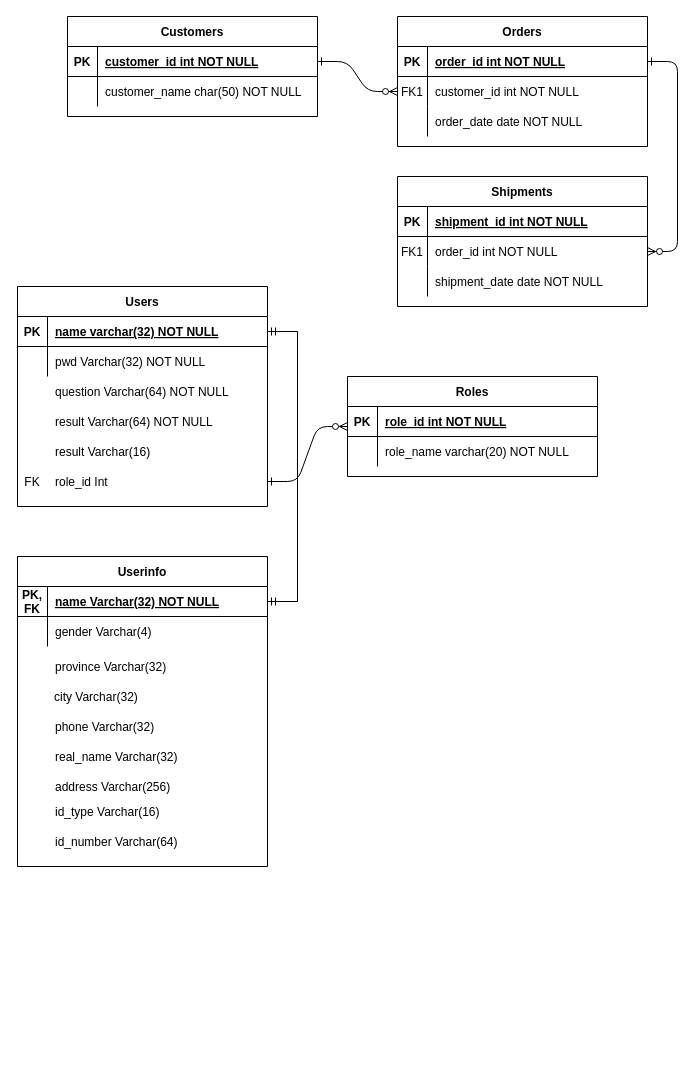
Above: Untitled Diagram.drawio in czcq/drawio_storage (draw.io), before the change. Source tidied: cells renumbered, new cells numbered last; positions are measured from the earlier drawing's top-left corner, leaving out a move shared by most shapes. Both pictures are drawn from the tidied source at 100%, with x=0, y=0 at pixel (17, 16).
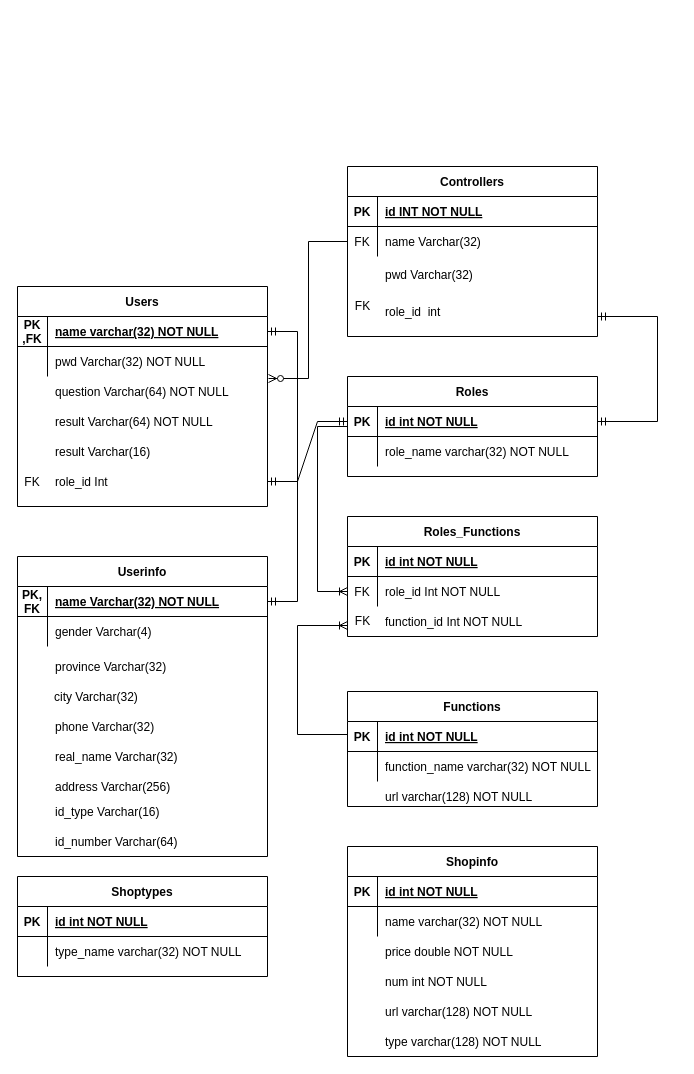
Above is the later version.

Unchanged cells that the change refers to:
```xml
<mxCell id="32" style="shape=partialRectangle;fillColor=none;points=[[0,0.5],[1,0.5]];portConstraint=eastwest;top=0;left=0;right=0;bottom=1;" parent="31" vertex="1">
  <mxGeometry y="30" width="250" height="30" as="geometry" />
</mxCell>
<mxCell id="38" style="shape=partialRectangle;fillColor=none;points=[[0,0.5],[1,0.5]];portConstraint=eastwest;top=0;left=0;right=0;bottom=0;" parent="1" vertex="1">
  <mxGeometry y="360" width="250" height="30" as="geometry" />
</mxCell>
<mxCell id="47" style="shape=partialRectangle;fillColor=none;points=[[0,0.5],[1,0.5]];portConstraint=eastwest;top=0;left=0;right=0;bottom=0;" parent="1" vertex="1">
  <mxGeometry y="450" width="250" height="30" as="geometry" />
</mxCell>
<mxCell id="51" style="shape=partialRectangle;fillColor=none;points=[[0,0.5],[1,0.5]];portConstraint=eastwest;top=0;left=0;right=0;bottom=1;" parent="50" vertex="1">
  <mxGeometry y="30" width="250" height="30" as="geometry" />
</mxCell>
<mxCell id="54" style="shape=partialRectangle;fillColor=none;top=0;left=0;right=0;bottom=0;" parent="50" vertex="1">
  <mxGeometry y="60" width="250" height="30" as="geometry" />
</mxCell>
```

Diff of the diagram source:
```diff
@@
-    <mxCell id="2" style="edgeStyle=entityRelationEdgeStyle;endArrow=ERzeroToMany;startArrow=ERone;endFill=1;startFill=0;" parent="1" edge="1" source="25" target="8">
-      <mxGeometry relative="1" as="geometry" />
-    </mxCell>
-    <mxCell id="3" style="edgeStyle=entityRelationEdgeStyle;endArrow=ERzeroToMany;startArrow=ERone;endFill=1;startFill=0;" parent="1" edge="1" source="5" target="18">
-      <mxGeometry relative="1" as="geometry" />
-    </mxCell>
-    <mxCell id="4" value="Orders" style="shape=table;startSize=30;childLayout=tableLayout;rowLines=0;fontStyle=1;align=center;" parent="1" vertex="1">
-      <mxGeometry x="380" width="250" height="130" as="geometry" />
-    </mxCell>
-    <mxCell id="5" style="shape=partialRectangle;fillColor=none;points=[[0,0.5],[1,0.5]];portConstraint=eastwest;top=0;left=0;right=0;bottom=1;" parent="4" vertex="1">
-      <mxGeometry y="30" width="250" height="30" as="geometry" />
-    </mxCell>
-    <mxCell id="6" value="PK" style="shape=partialRectangle;overflow=hidden;fillColor=none;top=0;left=0;bottom=0;right=0;fontStyle=1;" parent="5" vertex="1">
-      <mxGeometry width="30" height="30" as="geometry" />
-    </mxCell>
-    <mxCell id="7" value="order_id int NOT NULL " style="shape=partialRectangle;overflow=hidden;fillColor=none;top=0;left=0;bottom=0;right=0;align=left;spacingLeft=6;fontStyle=5;" parent="5" vertex="1">
-      <mxGeometry x="30" width="220" height="30" as="geometry" />
-    </mxCell>
-    <mxCell id="8" style="shape=partialRectangle;fillColor=none;points=[[0,0.5],[1,0.5]];portConstraint=eastwest;top=0;left=0;right=0;bottom=0;" parent="4" vertex="1">
-      <mxGeometry y="60" width="250" height="30" as="geometry" />
-    </mxCell>
-    <mxCell id="9" value="FK1" style="shape=partialRectangle;overflow=hidden;fillColor=none;top=0;left=0;bottom=0;right=0;" parent="8" vertex="1">
-      <mxGeometry width="30" height="30" as="geometry" />
-    </mxCell>
-    <mxCell id="10" value="customer_id int NOT NULL" style="shape=partialRectangle;overflow=hidden;fillColor=none;top=0;left=0;bottom=0;right=0;align=left;spacingLeft=6;" parent="8" vertex="1">
-      <mxGeometry x="30" width="220" height="30" as="geometry" />
-    </mxCell>
-    <mxCell id="11" style="shape=partialRectangle;fillColor=none;top=0;left=0;right=0;bottom=0;" parent="4" vertex="1">
-      <mxGeometry y="90" width="250" height="30" as="geometry" />
-    </mxCell>
-    <mxCell id="12" style="shape=partialRectangle;overflow=hidden;fillColor=none;top=0;left=0;bottom=0;right=0;" parent="11" vertex="1">
-      <mxGeometry width="30" height="30" as="geometry" />
-    </mxCell>
-    <mxCell id="13" value="order_date date NOT NULL" style="shape=partialRectangle;overflow=hidden;fillColor=none;top=0;left=0;bottom=0;right=0;align=left;spacingLeft=6;" parent="11" vertex="1">
-      <mxGeometry x="30" width="220" height="30" as="geometry" />
-    </mxCell>
-    <mxCell id="14" value="Shipments" style="shape=table;startSize=30;childLayout=tableLayout;rowLines=0;fontStyle=1;align=center;" parent="1" vertex="1">
-      <mxGeometry x="380" y="160" width="250" height="130" as="geometry" />
-    </mxCell>
-    <mxCell id="15" style="shape=partialRectangle;fillColor=none;top=0;left=0;right=0;bottom=1;" parent="14" vertex="1">
-      <mxGeometry y="30" width="250" height="30" as="geometry" />
-    </mxCell>
-    <mxCell id="16" value="PK" style="shape=partialRectangle;overflow=hidden;fillColor=none;top=0;left=0;bottom=0;right=0;fontStyle=1;" parent="15" vertex="1">
-      <mxGeometry width="30" height="30" as="geometry" />
-    </mxCell>
-    <mxCell id="17" value="shipment_id int NOT NULL " style="shape=partialRectangle;overflow=hidden;fillColor=none;top=0;left=0;bottom=0;right=0;align=left;spacingLeft=6;fontStyle=5;" parent="15" vertex="1">
-      <mxGeometry x="30" width="220" height="30" as="geometry" />
-    </mxCell>
-    <mxCell id="18" style="shape=partialRectangle;fillColor=none;points=[[0,0.5],[1,0.5]];portConstraint=eastwest;top=0;left=0;right=0;bottom=0;" parent="14" vertex="1">
-      <mxGeometry y="60" width="250" height="30" as="geometry" />
-    </mxCell>
-    <mxCell id="19" value="FK1" style="shape=partialRectangle;overflow=hidden;fillColor=none;top=0;left=0;bottom=0;right=0;" parent="18" vertex="1">
-      <mxGeometry width="30" height="30" as="geometry" />
-    </mxCell>
-    <mxCell id="20" value="order_id int NOT NULL" style="shape=partialRectangle;overflow=hidden;fillColor=none;top=0;left=0;bottom=0;right=0;align=left;spacingLeft=6;" parent="18" vertex="1">
-      <mxGeometry x="30" width="220" height="30" as="geometry" />
-    </mxCell>
-    <mxCell id="21" style="shape=partialRectangle;fillColor=none;top=0;left=0;right=0;bottom=0;" parent="14" vertex="1">
-      <mxGeometry y="90" width="250" height="30" as="geometry" />
-    </mxCell>
-    <mxCell id="22" style="shape=partialRectangle;overflow=hidden;fillColor=none;top=0;left=0;bottom=0;right=0;" parent="21" vertex="1">
-      <mxGeometry width="30" height="30" as="geometry" />
-    </mxCell>
-    <mxCell id="23" value="shipment_date date NOT NULL" style="shape=partialRectangle;overflow=hidden;fillColor=none;top=0;left=0;bottom=0;right=0;align=left;spacingLeft=6;" parent="21" vertex="1">
-      <mxGeometry x="30" width="220" height="30" as="geometry" />
-    </mxCell>
-    <mxCell id="24" value="Customers" style="shape=table;startSize=30;childLayout=tableLayout;rowLines=0;fontStyle=1;align=center;" parent="1" vertex="1">
-      <mxGeometry x="50" width="250" height="100" as="geometry" />
-    </mxCell>
-    <mxCell id="25" style="shape=partialRectangle;fillColor=none;points=[[0,0.5],[1,0.5]];portConstraint=eastwest;top=0;left=0;right=0;bottom=1;" parent="24" vertex="1">
-      <mxGeometry y="30" width="250" height="30" as="geometry" />
-    </mxCell>
-    <mxCell id="26" value="PK" style="shape=partialRectangle;overflow=hidden;fillColor=none;top=0;left=0;bottom=0;right=0;fontStyle=1;" parent="25" vertex="1">
-      <mxGeometry width="30" height="30" as="geometry" />
-    </mxCell>
-    <mxCell id="27" value="customer_id int NOT NULL " style="shape=partialRectangle;overflow=hidden;fillColor=none;top=0;left=0;bottom=0;right=0;align=left;spacingLeft=6;fontStyle=5;" parent="25" vertex="1">
-      <mxGeometry x="30" width="220" height="30" as="geometry" />
-    </mxCell>
-    <mxCell id="28" style="shape=partialRectangle;fillColor=none;top=0;left=0;right=0;bottom=0;" parent="24" vertex="1">
-      <mxGeometry y="60" width="250" height="30" as="geometry" />
-    </mxCell>
-    <mxCell id="29" style="shape=partialRectangle;overflow=hidden;fillColor=none;top=0;left=0;bottom=0;right=0;" parent="28" vertex="1">
-      <mxGeometry width="30" height="30" as="geometry" />
-    </mxCell>
-    <mxCell id="30" value="customer_name char(50) NOT NULL" style="shape=partialRectangle;overflow=hidden;fillColor=none;top=0;left=0;bottom=0;right=0;align=left;spacingLeft=6;" parent="28" vertex="1">
-      <mxGeometry x="30" width="220" height="30" as="geometry" />
-    </mxCell>
@@
-    <mxCell id="33" value="PK" style="shape=partialRectangle;overflow=hidden;fillColor=none;top=0;left=0;bottom=0;right=0;fontStyle=1;" parent="32" vertex="1">
+    <mxCell id="33" value="PK&#10;,FK" style="shape=partialRectangle;overflow=hidden;fillColor=none;top=0;left=0;bottom=0;right=0;fontStyle=1;" parent="32" vertex="1">
       <mxGeometry width="30" height="30" as="geometry" />
     </mxCell>
@@
-    <mxCell id="53" value="role_id int NOT NULL" style="shape=partialRectangle;overflow=hidden;fillColor=none;top=0;left=0;bottom=0;right=0;align=left;spacingLeft=6;fontStyle=5;" parent="51" vertex="1">
+    <mxCell id="53" value="id int NOT NULL" style="shape=partialRectangle;overflow=hidden;fillColor=none;top=0;left=0;bottom=0;right=0;align=left;spacingLeft=6;fontStyle=5;" parent="51" vertex="1">
       <mxGeometry x="30" width="220" height="30" as="geometry" />
     </mxCell>
@@
-    <mxCell id="56" value="role_name varchar(20) NOT NULL" style="shape=partialRectangle;overflow=hidden;fillColor=none;top=0;left=0;bottom=0;right=0;align=left;spacingLeft=6;" parent="54" vertex="1">
+    <mxCell id="56" value="role_name varchar(32) NOT NULL" style="shape=partialRectangle;overflow=hidden;fillColor=none;top=0;left=0;bottom=0;right=0;align=left;spacingLeft=6;" parent="54" vertex="1">
       <mxGeometry x="30" width="220" height="30" as="geometry" />
     </mxCell>
-    <mxCell id="57" style="edgeStyle=entityRelationEdgeStyle;endArrow=ERzeroToMany;startArrow=ERone;endFill=1;startFill=0;exitX=1;exitY=0.5;exitDx=0;exitDy=0;" parent="1" edge="1" source="47">
-      <mxGeometry relative="1" as="geometry">
-        <mxPoint x="330" y="410" as="targetPoint" />
-      </mxGeometry>
-    </mxCell>
     <mxCell id="58" value="Userinfo" style="shape=table;startSize=30;childLayout=tableLayout;rowLines=0;fontStyle=1;align=center;" parent="1" vertex="1">
-      <mxGeometry y="540" width="250" height="310" as="geometry" />
+      <mxGeometry y="540" width="250" height="300" as="geometry" />
     </mxCell>
@@
+    <mxCell id="73" value="Controllers" style="shape=table;startSize=30;childLayout=tableLayout;rowLines=0;fontStyle=1;align=center;" parent="1" vertex="1">
+      <mxGeometry x="330" y="150" width="250" height="170" as="geometry" />
+    </mxCell>
+    <mxCell id="74" style="shape=partialRectangle;fillColor=none;top=0;left=0;right=0;bottom=1;" parent="73" vertex="1">
+      <mxGeometry y="30" width="250" height="30" as="geometry" />
+    </mxCell>
+    <mxCell id="75" value="PK" style="shape=partialRectangle;overflow=hidden;fillColor=none;top=0;left=0;bottom=0;right=0;fontStyle=1;" parent="74" vertex="1">
+      <mxGeometry width="30" height="30" as="geometry" />
+    </mxCell>
+    <mxCell id="76" value="id INT NOT NULL" style="shape=partialRectangle;overflow=hidden;fillColor=none;top=0;left=0;bottom=0;right=0;align=left;spacingLeft=6;fontStyle=5;" parent="74" vertex="1">
+      <mxGeometry x="30" width="220" height="30" as="geometry" />
+    </mxCell>
+    <mxCell id="77" style="shape=partialRectangle;fillColor=none;points=[[0,0.5],[1,0.5]];portConstraint=eastwest;top=0;left=0;right=0;bottom=0;" parent="73" vertex="1">
+      <mxGeometry y="60" width="250" height="30" as="geometry" />
+    </mxCell>
+    <mxCell id="78" value="FK" style="shape=partialRectangle;overflow=hidden;fillColor=none;top=0;left=0;bottom=0;right=0;" parent="77" vertex="1">
+      <mxGeometry width="30" height="30" as="geometry" />
+    </mxCell>
+    <mxCell id="79" value="name Varchar(32)" style="shape=partialRectangle;overflow=hidden;fillColor=none;top=0;left=0;bottom=0;right=0;align=left;spacingLeft=6;" parent="77" vertex="1">
+      <mxGeometry x="30" width="220" height="30" as="geometry" />
+    </mxCell>
+    <mxCell id="80" style="edgeStyle=elbowEdgeStyle;fontSize=12;html=1;endArrow=ERzeroToMany;endFill=1;rounded=0;exitX=0;exitY=0.5;exitDx=0;exitDy=0;entryX=1.004;entryY=0.067;entryDx=0;entryDy=0;entryPerimeter=0;" parent="1" edge="1" source="77" target="38">
+      <mxGeometry relative="1" as="geometry" />
+    </mxCell>
+    <mxCell id="81" value="pwd Varchar(32)" style="shape=partialRectangle;overflow=hidden;fillColor=none;top=0;left=0;bottom=0;right=0;align=left;spacingLeft=6;" parent="1" vertex="1">
+      <mxGeometry x="360" y="243" width="220" height="30" as="geometry" />
+    </mxCell>
+    <mxCell id="82" style="shape=partialRectangle;overflow=hidden;fillColor=none;top=0;left=0;bottom=0;right=0;align=left;spacingLeft=6;" parent="1" vertex="1">
+      <mxGeometry x="360" y="275" width="220" height="30" as="geometry" />
+    </mxCell>
+    <mxCell id="83" value="FK" style="text;html=1;align=center;verticalAlign=middle;strokeColor=none;fillColor=none;" parent="1" vertex="1">
+      <mxGeometry x="330" y="280" width="30" height="20" as="geometry" />
+    </mxCell>
+    <mxCell id="84" style="edgeStyle=entityRelationEdgeStyle;fontSize=12;html=1;endArrow=ERmandOne;startArrow=ERmandOne;rounded=0;entryX=0;entryY=0.5;entryDx=0;entryDy=0;" parent="1" edge="1" source="47" target="51">
+      <mxGeometry relative="1" as="geometry" />
+    </mxCell>
+    <mxCell id="85" style="fontSize=12;html=1;endArrow=ERmandOne;startArrow=ERmandOne;rounded=0;exitX=1;exitY=0.5;exitDx=0;exitDy=0;edgeStyle=elbowEdgeStyle;" parent="1" edge="1">
+      <mxGeometry relative="1" as="geometry">
+        <mxPoint x="580" y="405" as="sourcePoint" />
+        <mxPoint x="580" y="300" as="targetPoint" />
+        <Array as="points">
+          <mxPoint x="640" y="350" />
+        </Array>
+      </mxGeometry>
+    </mxCell>
+    <mxCell id="86" value="role_id  int" style="shape=partialRectangle;overflow=hidden;fillColor=none;top=0;left=0;bottom=0;right=0;align=left;spacingLeft=6;" parent="1" vertex="1">
+      <mxGeometry x="360" y="280" width="220" height="30" as="geometry" />
+    </mxCell>
+    <mxCell id="87" value="Functions" style="shape=table;startSize=30;childLayout=tableLayout;rowLines=0;fontStyle=1;align=center;" parent="1" vertex="1">
+      <mxGeometry x="330" y="675" width="250" height="115" as="geometry" />
+    </mxCell>
+    <mxCell id="88" style="shape=partialRectangle;fillColor=none;top=0;left=0;right=0;bottom=1;" parent="87" vertex="1">
+      <mxGeometry y="30" width="250" height="30" as="geometry" />
+    </mxCell>
+    <mxCell id="89" value="PK" style="shape=partialRectangle;overflow=hidden;fillColor=none;top=0;left=0;bottom=0;right=0;fontStyle=1;" parent="88" vertex="1">
+      <mxGeometry width="30" height="30" as="geometry" />
+    </mxCell>
+    <mxCell id="90" value="id int NOT NULL" style="shape=partialRectangle;overflow=hidden;fillColor=none;top=0;left=0;bottom=0;right=0;align=left;spacingLeft=6;fontStyle=5;" parent="88" vertex="1">
+      <mxGeometry x="30" width="220" height="30" as="geometry" />
+    </mxCell>
+    <mxCell id="91" style="shape=partialRectangle;fillColor=none;top=0;left=0;right=0;bottom=0;" parent="87" vertex="1">
+      <mxGeometry y="60" width="250" height="30" as="geometry" />
+    </mxCell>
+    <mxCell id="92" style="shape=partialRectangle;overflow=hidden;fillColor=none;top=0;left=0;bottom=0;right=0;" parent="91" vertex="1">
+      <mxGeometry width="30" height="30" as="geometry" />
+    </mxCell>
+    <mxCell id="93" value="function_name varchar(32) NOT NULL" style="shape=partialRectangle;overflow=hidden;fillColor=none;top=0;left=0;bottom=0;right=0;align=left;spacingLeft=6;" parent="91" vertex="1">
+      <mxGeometry x="30" width="220" height="30" as="geometry" />
+    </mxCell>
+    <mxCell id="94" value="url varchar(128) NOT NULL" style="shape=partialRectangle;overflow=hidden;fillColor=none;top=0;left=0;bottom=0;right=0;align=left;spacingLeft=6;" parent="1" vertex="1">
+      <mxGeometry x="360" y="765" width="220" height="30" as="geometry" />
+    </mxCell>
+    <mxCell id="95" value="Roles_Functions" style="shape=table;startSize=30;childLayout=tableLayout;rowLines=0;fontStyle=1;align=center;" parent="1" vertex="1">
+      <mxGeometry x="330" y="500" width="250" height="120" as="geometry" />
+    </mxCell>
+    <mxCell id="96" style="shape=partialRectangle;fillColor=none;top=0;left=0;right=0;bottom=1;" parent="95" vertex="1">
+      <mxGeometry y="30" width="250" height="30" as="geometry" />
+    </mxCell>
+    <mxCell id="97" value="PK" style="shape=partialRectangle;overflow=hidden;fillColor=none;top=0;left=0;bottom=0;right=0;fontStyle=1;" parent="96" vertex="1">
+      <mxGeometry width="30" height="30" as="geometry" />
+    </mxCell>
+    <mxCell id="98" value="id int NOT NULL" style="shape=partialRectangle;overflow=hidden;fillColor=none;top=0;left=0;bottom=0;right=0;align=left;spacingLeft=6;fontStyle=5;" parent="96" vertex="1">
+      <mxGeometry x="30" width="220" height="30" as="geometry" />
+    </mxCell>
+    <mxCell id="99" style="shape=partialRectangle;fillColor=none;points=[[0,0.5],[1,0.5]];portConstraint=eastwest;top=0;left=0;right=0;bottom=0;" parent="95" vertex="1">
+      <mxGeometry y="60" width="250" height="30" as="geometry" />
+    </mxCell>
+    <mxCell id="100" value="FK" style="shape=partialRectangle;overflow=hidden;fillColor=none;top=0;left=0;bottom=0;right=0;" parent="99" vertex="1">
+      <mxGeometry width="30" height="30" as="geometry" />
+    </mxCell>
+    <mxCell id="101" value="role_id Int NOT NULL" style="shape=partialRectangle;overflow=hidden;fillColor=none;top=0;left=0;bottom=0;right=0;align=left;spacingLeft=6;" parent="99" vertex="1">
+      <mxGeometry x="30" width="220" height="30" as="geometry" />
+    </mxCell>
+    <mxCell id="102" value="function_id Int NOT NULL" style="shape=partialRectangle;overflow=hidden;fillColor=none;top=0;left=0;bottom=0;right=0;align=left;spacingLeft=6;" parent="1" vertex="1">
+      <mxGeometry x="360" y="590" width="220" height="30" as="geometry" />
+    </mxCell>
+    <mxCell id="103" value="FK" style="text;html=1;align=center;verticalAlign=middle;strokeColor=none;fillColor=none;" parent="1" vertex="1">
+      <mxGeometry x="330" y="595" width="30" height="20" as="geometry" />
+    </mxCell>
+    <mxCell id="104" style="edgeStyle=elbowEdgeStyle;fontSize=12;html=1;endArrow=ERoneToMany;rounded=0;entryX=0;entryY=0.5;entryDx=0;entryDy=0;" parent="1" edge="1" target="99">
+      <mxGeometry relative="1" as="geometry">
+        <mxPoint x="330" y="410" as="sourcePoint" />
+        <Array as="points">
+          <mxPoint x="300" y="490" />
+        </Array>
+      </mxGeometry>
+    </mxCell>
+    <mxCell id="105" style="edgeStyle=elbowEdgeStyle;fontSize=12;html=1;endArrow=ERoneToMany;rounded=0;" parent="1" edge="1">
+      <mxGeometry relative="1" as="geometry">
+        <mxPoint x="330" y="718" as="sourcePoint" />
+        <mxPoint x="330" y="609" as="targetPoint" />
+        <Array as="points">
+          <mxPoint x="280" y="692.5" />
+        </Array>
+      </mxGeometry>
+    </mxCell>
+    <mxCell id="106" value="Shoptypes" style="shape=table;startSize=30;childLayout=tableLayout;rowLines=0;fontStyle=1;align=center;" parent="1" vertex="1">
+      <mxGeometry y="860" width="250" height="100" as="geometry" />
+    </mxCell>
+    <mxCell id="107" style="shape=partialRectangle;fillColor=none;top=0;left=0;right=0;bottom=1;" parent="106" vertex="1">
+      <mxGeometry y="30" width="250" height="30" as="geometry" />
+    </mxCell>
+    <mxCell id="108" value="PK" style="shape=partialRectangle;overflow=hidden;fillColor=none;top=0;left=0;bottom=0;right=0;fontStyle=1;" parent="107" vertex="1">
+      <mxGeometry width="30" height="30" as="geometry" />
+    </mxCell>
+    <mxCell id="109" value="id int NOT NULL" style="shape=partialRectangle;overflow=hidden;fillColor=none;top=0;left=0;bottom=0;right=0;align=left;spacingLeft=6;fontStyle=5;" parent="107" vertex="1">
+      <mxGeometry x="30" width="220" height="30" as="geometry" />
+    </mxCell>
+    <mxCell id="110" style="shape=partialRectangle;fillColor=none;top=0;left=0;right=0;bottom=0;" parent="106" vertex="1">
+      <mxGeometry y="60" width="250" height="30" as="geometry" />
+    </mxCell>
+    <mxCell id="111" style="shape=partialRectangle;overflow=hidden;fillColor=none;top=0;left=0;bottom=0;right=0;" parent="110" vertex="1">
+      <mxGeometry width="30" height="30" as="geometry" />
+    </mxCell>
+    <mxCell id="112" value="type_name varchar(32) NOT NULL" style="shape=partialRectangle;overflow=hidden;fillColor=none;top=0;left=0;bottom=0;right=0;align=left;spacingLeft=6;" parent="110" vertex="1">
+      <mxGeometry x="30" width="220" height="30" as="geometry" />
+    </mxCell>
+    <mxCell id="113" value="Shopinfo" style="shape=table;startSize=30;childLayout=tableLayout;rowLines=0;fontStyle=1;align=center;" parent="1" vertex="1">
+      <mxGeometry x="330" y="830" width="250" height="210" as="geometry" />
+    </mxCell>
+    <mxCell id="114" style="shape=partialRectangle;fillColor=none;top=0;left=0;right=0;bottom=1;" parent="113" vertex="1">
+      <mxGeometry y="30" width="250" height="30" as="geometry" />
+    </mxCell>
+    <mxCell id="115" value="PK" style="shape=partialRectangle;overflow=hidden;fillColor=none;top=0;left=0;bottom=0;right=0;fontStyle=1;" parent="114" vertex="1">
+      <mxGeometry width="30" height="30" as="geometry" />
+    </mxCell>
+    <mxCell id="116" value="id int NOT NULL" style="shape=partialRectangle;overflow=hidden;fillColor=none;top=0;left=0;bottom=0;right=0;align=left;spacingLeft=6;fontStyle=5;" parent="114" vertex="1">
+      <mxGeometry x="30" width="220" height="30" as="geometry" />
+    </mxCell>
+    <mxCell id="117" style="shape=partialRectangle;fillColor=none;top=0;left=0;right=0;bottom=0;" parent="113" vertex="1">
+      <mxGeometry y="60" width="250" height="30" as="geometry" />
+    </mxCell>
+    <mxCell id="118" style="shape=partialRectangle;overflow=hidden;fillColor=none;top=0;left=0;bottom=0;right=0;" parent="117" vertex="1">
+      <mxGeometry width="30" height="30" as="geometry" />
+    </mxCell>
+    <mxCell id="119" value="name varchar(32) NOT NULL" style="shape=partialRectangle;overflow=hidden;fillColor=none;top=0;left=0;bottom=0;right=0;align=left;spacingLeft=6;" parent="117" vertex="1">
+      <mxGeometry x="30" width="220" height="30" as="geometry" />
+    </mxCell>
+    <mxCell id="120" value="price double NOT NULL" style="shape=partialRectangle;overflow=hidden;fillColor=none;top=0;left=0;bottom=0;right=0;align=left;spacingLeft=6;" parent="1" vertex="1">
+      <mxGeometry x="360" y="920" width="220" height="30" as="geometry" />
+    </mxCell>
+    <mxCell id="121" value="num int NOT NULL" style="shape=partialRectangle;overflow=hidden;fillColor=none;top=0;left=0;bottom=0;right=0;align=left;spacingLeft=6;" parent="1" vertex="1">
+      <mxGeometry x="360" y="950" width="220" height="30" as="geometry" />
+    </mxCell>
+    <mxCell id="122" value="url varchar(128) NOT NULL" style="shape=partialRectangle;overflow=hidden;fillColor=none;top=0;left=0;bottom=0;right=0;align=left;spacingLeft=6;" parent="1" vertex="1">
+      <mxGeometry x="360" y="980" width="220" height="30" as="geometry" />
+    </mxCell>
+    <mxCell id="123" value="type varchar(128) NOT NULL" style="shape=partialRectangle;overflow=hidden;fillColor=none;top=0;left=0;bottom=0;right=0;align=left;spacingLeft=6;" parent="1" vertex="1">
+      <mxGeometry x="360" y="1010" width="220" height="30" as="geometry" />
+    </mxCell>
```
